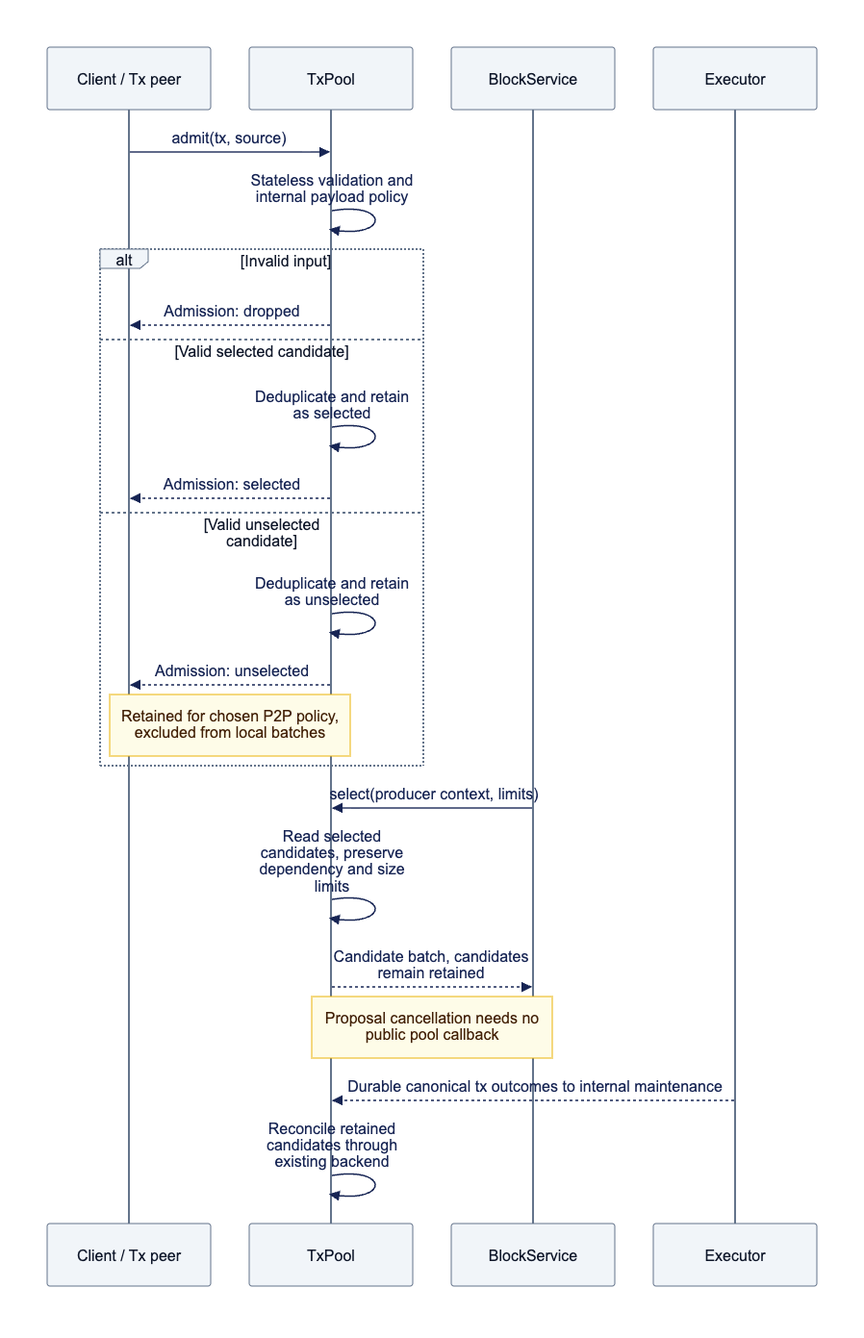
Before: docs/assets/diagrams/diagram-03.png, a diagram exported from Mermaid (djm07073/baton-research). Its source is kept beside it as docs/assets/diagrams/diagram-03.mmd.
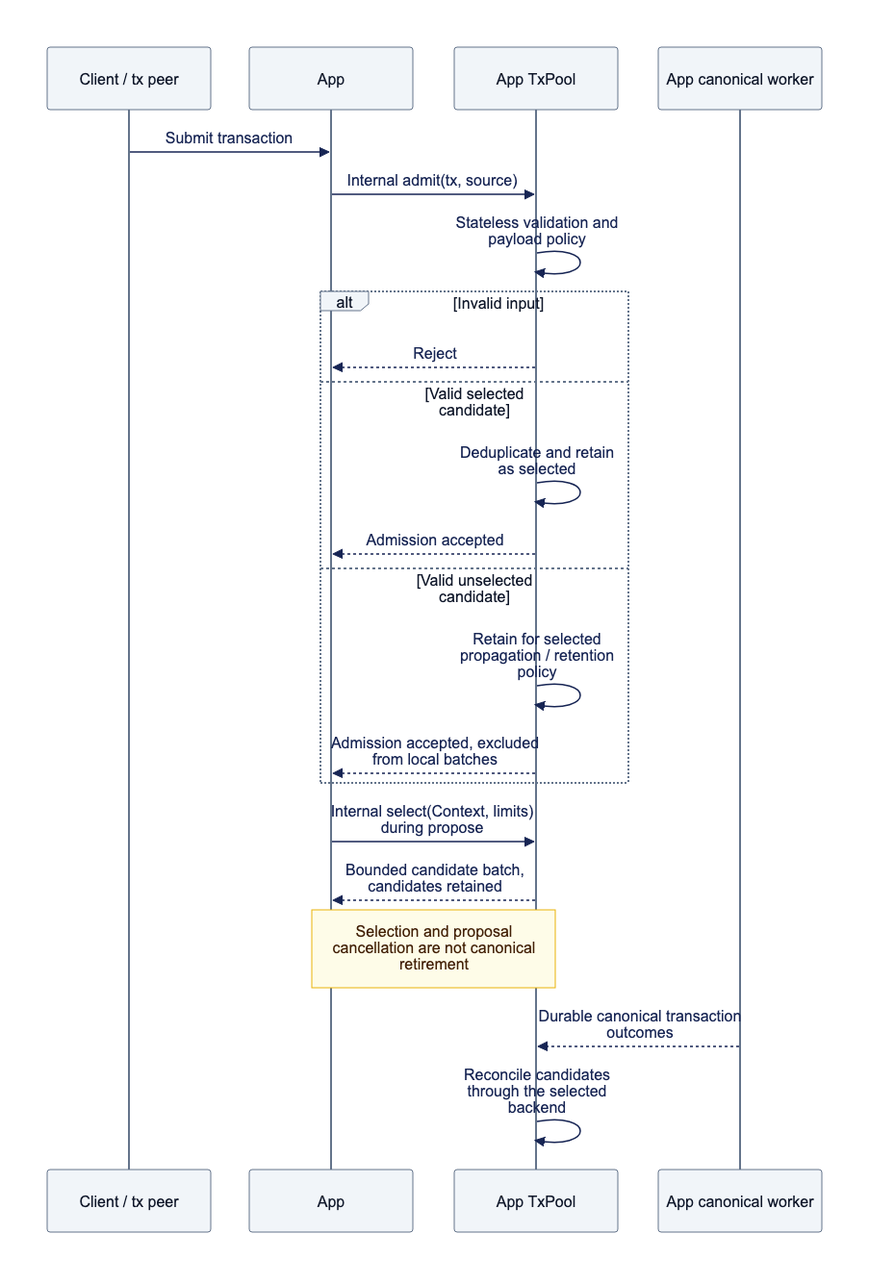
After the change.

What changed in the source:
```diff
@@ -1,23 +1,22 @@
 sequenceDiagram
-    participant C as Client / Tx peer
-    participant P as TxPool
-    participant B as BlockService
-    participant E as Executor
-    C->>P: admit(tx, source)
-    P->>P: Stateless validation and internal payload policy
+    participant C as Client / tx peer
+    participant A as App
+    participant P as App TxPool
+    participant W as App canonical worker
+    C->>A: Submit transaction
+    A->>P: Internal admit(tx, source)
+    P->>P: Stateless validation and payload policy
     alt Invalid input
-        P-->>C: Admission: dropped
+        P-->>A: Reject
     else Valid selected candidate
         P->>P: Deduplicate and retain as selected
-        P-->>C: Admission: selected
+        P-->>A: Admission accepted
     else Valid unselected candidate
-        P->>P: Deduplicate and retain as unselected
-        P-->>C: Admission: unselected
-        Note over C,P: Retained for chosen P2P policy, excluded from local batches
+        P->>P: Retain for selected propagation / retention policy
+        P-->>A: Admission accepted, excluded from local batches
     end
-    B->>P: select(producer context, limits)
-    P->>P: Read selected candidates, preserve dependency and size limits
-    P-->>B: Candidate batch, candidates remain retained
-    Note over P,B: Proposal cancellation needs no public pool callback
-    E-->>P: Durable canonical tx outcomes to internal maintenance
-    P->>P: Reconcile retained candidates through existing backend
+    A->>P: Internal select(Context, limits) during propose
+    P-->>A: Bounded candidate batch, candidates retained
+    Note over A,P: Selection and proposal cancellation are not canonical retirement
+    W-->>P: Durable canonical transaction outcomes
+    P->>P: Reconcile candidates through the selected backend
```
